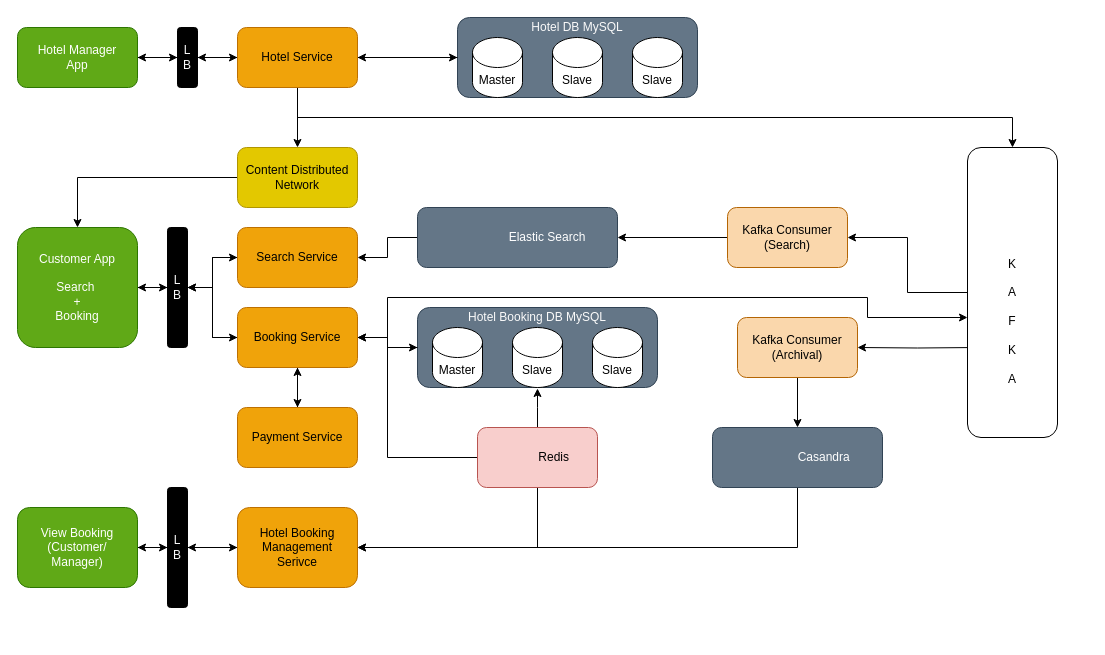
Before: Hotel Booking System.drawio in purnendukar/MySystemDesigns, a draw.io diagram. Source tidied: cells renumbered, new cells numbered last; positions are measured from the earlier drawing's top-left corner, leaving out a move shared by most shapes. Both pictures are drawn from the tidied source at 100%, with x=0, y=0 at pixel (17, 17).
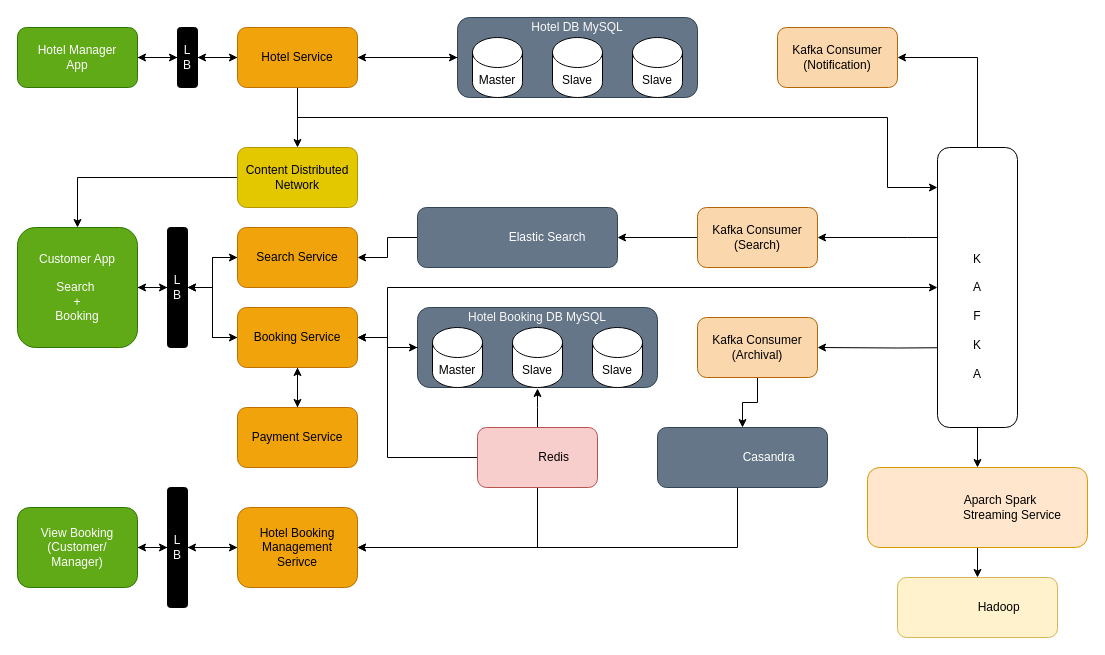
The same page after the edit.

Commit message:
Big Data Storage

Unchanged cells that the change refers to:
```xml
<mxCell id="17" value="Hotel Service" style="rounded=1;whiteSpace=wrap;html=1;fillColor=#f0a30a;strokeColor=#BD7000;fontColor=#000000;" parent="1" vertex="1">
  <mxGeometry x="220" y="10" width="120" height="60" as="geometry" />
</mxCell>
<mxCell id="40" value="Booking Service" style="rounded=1;whiteSpace=wrap;html=1;fillColor=#f0a30a;strokeColor=#BD7000;fontColor=#000000;" parent="1" vertex="1">
  <mxGeometry x="220" y="290" width="120" height="60" as="geometry" />
</mxCell>
<mxCell id="64" value="Hotel Booking Management &lt;br&gt;Serivce" style="rounded=1;whiteSpace=wrap;html=1;fillColor=#f0a30a;strokeColor=#BD7000;fontColor=#000000;" parent="1" vertex="1">
  <mxGeometry x="220" y="490" width="120" height="80" as="geometry" />
</mxCell>
```

Change to the diagram source:
```diff
@@
-    <mxCell id="14" style="edgeStyle=orthogonalEdgeStyle;jettySize=auto;html=1;fontColor=#FAFAFA;rounded=0;exitX=0.5;exitY=1;exitDx=0;exitDy=0;entryX=0.5;entryY=0;entryDx=0;entryDy=0;" parent="1" edge="1" source="17" target="21">
-      <mxGeometry relative="1" as="geometry" />
+    <mxCell id="14" style="edgeStyle=orthogonalEdgeStyle;jettySize=auto;html=1;fontColor=#FAFAFA;rounded=0;exitX=0.5;exitY=1;exitDx=0;exitDy=0;" parent="1" edge="1" source="17" target="21">
+      <mxGeometry relative="1" as="geometry">
+        <Array as="points">
+          <mxPoint x="280" y="100" />
+          <mxPoint x="870" y="100" />
+          <mxPoint x="870" y="170" />
+        </Array>
+      </mxGeometry>
     </mxCell>
@@
     <mxCell id="19" style="edgeStyle=orthogonalEdgeStyle;rounded=0;jettySize=auto;html=1;fontColor=#FAFAFA;" parent="1" edge="1" source="21" target="35">
-      <mxGeometry relative="1" as="geometry" />
+      <mxGeometry relative="1" as="geometry">
+        <Array as="points">
+          <mxPoint x="890" y="220" />
+          <mxPoint x="890" y="220" />
+        </Array>
+      </mxGeometry>
     </mxCell>
@@
+    <mxCell id="65" style="edgeStyle=orthogonalEdgeStyle;rounded=0;jettySize=auto;html=1;entryX=1;entryY=0.5;entryDx=0;entryDy=0;fontColor=#F2F2F2;exitX=0.5;exitY=0;exitDx=0;exitDy=0;" parent="1" edge="1" source="21" target="67">
+      <mxGeometry relative="1" as="geometry" />
+    </mxCell>
+    <mxCell id="66" style="edgeStyle=orthogonalEdgeStyle;rounded=0;jettySize=auto;html=1;fontColor=#F2F2F2;" parent="1" edge="1" source="21" target="69">
+      <mxGeometry relative="1" as="geometry" />
+    </mxCell>
     <mxCell id="21" value="&lt;br&gt;&lt;br&gt;&lt;br&gt;&lt;br&gt;K&lt;br&gt;&lt;br&gt;A&lt;br&gt;&lt;br&gt;F&lt;br&gt;&lt;br&gt;K&lt;br&gt;&lt;br&gt;A" style="rounded=1;whiteSpace=wrap;html=1;" parent="1" vertex="1">
-      <mxGeometry x="950" y="130" width="90" height="290" as="geometry" />
+      <mxGeometry x="920" y="130" width="80" height="280" as="geometry" />
     </mxCell>
@@
     <mxCell id="35" value="Kafka Consumer (Search)" style="rounded=1;whiteSpace=wrap;html=1;fillColor=#fad7ac;strokeColor=#b46504;" parent="1" vertex="1">
-      <mxGeometry x="710" y="190" width="120" height="60" as="geometry" />
+      <mxGeometry x="680" y="190" width="120" height="60" as="geometry" />
     </mxCell>
@@
     <mxCell id="37" style="edgeStyle=orthogonalEdgeStyle;rounded=0;jettySize=auto;html=1;" parent="1" edge="1" source="40">
       <mxGeometry relative="1" as="geometry">
-        <mxPoint x="950" y="300" as="targetPoint" />
+        <mxPoint x="920" y="270" as="targetPoint" />
         <Array as="points">
           <mxPoint x="370" y="320" />
-          <mxPoint x="370" y="280" />
-          <mxPoint x="850" y="280" />
-          <mxPoint x="850" y="300" />
+          <mxPoint x="370" y="270" />
+          <mxPoint x="920" y="270" />
         </Array>
       </mxGeometry>
     </mxCell>
@@
     <mxCell id="49" value="Kafka Consumer (Archival)" style="rounded=1;whiteSpace=wrap;html=1;fillColor=#fad7ac;strokeColor=#b46504;" parent="1" vertex="1">
-      <mxGeometry x="720" y="300" width="120" height="60" as="geometry" />
+      <mxGeometry x="680" y="300" width="120" height="60" as="geometry" />
     </mxCell>
@@
     <mxCell id="57" style="edgeStyle=orthogonalEdgeStyle;rounded=0;jettySize=auto;html=1;entryX=1;entryY=0.5;entryDx=0;entryDy=0;fontColor=#F2F2F2;" parent="1" edge="1" source="58" target="64">
       <mxGeometry relative="1" as="geometry">
         <Array as="points">
-          <mxPoint x="780" y="530" />
+          <mxPoint x="720" y="530" />
         </Array>
       </mxGeometry>
     </mxCell>
     <mxCell id="58" value="&amp;nbsp; &amp;nbsp; &amp;nbsp; &amp;nbsp; &amp;nbsp; &amp;nbsp; &amp;nbsp; &amp;nbsp; Casandra" style="rounded=1;whiteSpace=wrap;html=1;fontColor=#ffffff;fillColor=#647687;strokeColor=#314354;" parent="1" vertex="1">
-      <mxGeometry x="695" y="410" width="170" height="60" as="geometry" />
+      <mxGeometry x="640" y="410" width="170" height="60" as="geometry" />
     </mxCell>
@@
+    <mxCell id="67" value="Kafka Consumer (Notification)" style="rounded=1;whiteSpace=wrap;html=1;fillColor=#fad7ac;strokeColor=#b46504;" parent="1" vertex="1">
+      <mxGeometry x="760" y="10" width="120" height="60" as="geometry" />
+    </mxCell>
+    <mxCell id="68" style="edgeStyle=orthogonalEdgeStyle;rounded=0;jettySize=auto;html=1;fontColor=#F2F2F2;" parent="1" edge="1" source="69" target="70">
+      <mxGeometry relative="1" as="geometry" />
+    </mxCell>
+    <mxCell id="69" value="&amp;nbsp; &amp;nbsp; &amp;nbsp; &amp;nbsp; &amp;nbsp; &amp;nbsp; &amp;nbsp; Aparch Spark&lt;br&gt;&amp;nbsp; &amp;nbsp; &amp;nbsp; &amp;nbsp; &amp;nbsp; &amp;nbsp; &amp;nbsp; &amp;nbsp; &amp;nbsp; &amp;nbsp; &amp;nbsp;Streaming Service" style="rounded=1;whiteSpace=wrap;html=1;fillColor=#ffe6cc;strokeColor=#d79b00;align=center;" parent="1" vertex="1">
+      <mxGeometry x="850" y="450" width="220" height="80" as="geometry" />
+    </mxCell>
+    <mxCell id="70" value="&amp;nbsp; &amp;nbsp; &amp;nbsp; &amp;nbsp; &amp;nbsp; &amp;nbsp; &amp;nbsp;Hadoop" style="rounded=1;whiteSpace=wrap;html=1;fillColor=#fff2cc;strokeColor=#d6b656;" parent="1" vertex="1">
+      <mxGeometry x="880" y="560" width="160" height="60" as="geometry" />
+    </mxCell>
```
